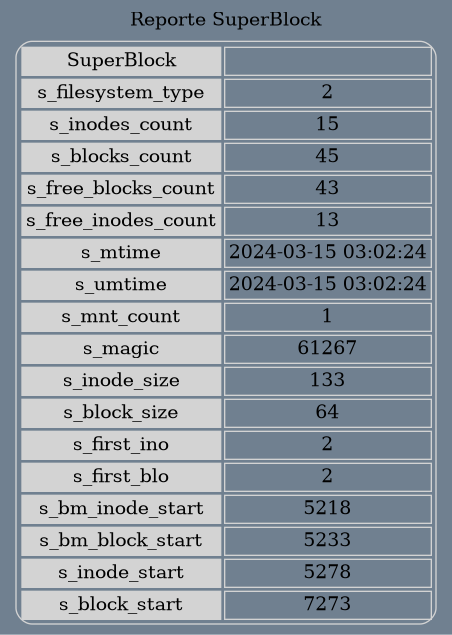
Before: reporteSB.png, a diagram exported from Graphviz (RamiroTelles/MIA_P1_202010044). Its source is kept beside it as reporteSB.dot. Source of this version:
```dot
digraph grid {bgcolor="slategrey" label=" Reporte SuperBlock "layout=dot labelloc = "t"edge [weigth=1000 style=dashed color=red4 dir = "both" arrowtail="open" arrowhead="open"]a0[shape=none, color=lightgrey, label=<
<TABLE cellspacing="3" cellpadding="2" style="rounded" >
<TR><TD bgcolor="lightgrey">SuperBlock</TD><TD></TD></TR>
<TR><TD bgcolor="lightgrey">s_filesystem_type</TD><TD>2</TD></TR>
<TR><TD bgcolor="lightgrey">s_inodes_count</TD><TD>15</TD></TR>
<TR><TD bgcolor="lightgrey">s_blocks_count</TD><TD>45</TD></TR>
<TR><TD bgcolor="lightgrey">s_free_blocks_count</TD><TD>43</TD></TR>
<TR><TD bgcolor="lightgrey">s_free_inodes_count</TD><TD>13</TD></TR>
<TR><TD bgcolor="lightgrey">s_mtime</TD><TD>2024-03-15 03:02:24</TD></TR>
<TR><TD bgcolor="lightgrey">s_umtime</TD><TD>2024-03-15 03:02:24</TD></TR>
<TR><TD bgcolor="lightgrey">s_mnt_count</TD><TD>1</TD></TR>
<TR><TD bgcolor="lightgrey">s_magic</TD><TD>61267</TD></TR>
<TR><TD bgcolor="lightgrey">s_inode_size</TD><TD>133</TD></TR>
<TR><TD bgcolor="lightgrey">s_block_size</TD><TD>64</TD></TR>
<TR><TD bgcolor="lightgrey">s_first_ino</TD><TD>2</TD></TR>
<TR><TD bgcolor="lightgrey">s_first_blo</TD><TD>2</TD></TR>
<TR><TD bgcolor="lightgrey">s_bm_inode_start</TD><TD>5218</TD></TR>
<TR><TD bgcolor="lightgrey">s_bm_block_start</TD><TD>5233</TD></TR>
<TR><TD bgcolor="lightgrey">s_inode_start</TD><TD>5278</TD></TR>
<TR><TD bgcolor="lightgrey">s_block_start</TD><TD>7273</TD></TR>
</TABLE>>];
}
```
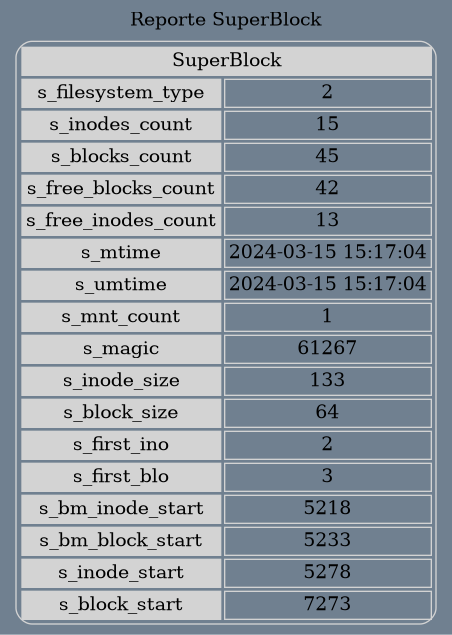
After the change.

The edit, as a diff of the source:
```diff
@@ -1,19 +1,19 @@
 digraph grid {bgcolor="slategrey" label=" Reporte SuperBlock "layout=dot labelloc = "t"edge [weigth=1000 style=dashed color=red4 dir = "both" arrowtail="open" arrowhead="open"]a0[shape=none, color=lightgrey, label=<
 <TABLE cellspacing="3" cellpadding="2" style="rounded" >
-<TR><TD bgcolor="lightgrey">SuperBlock</TD><TD></TD></TR>
+<TR><TD bgcolor="lightgrey" colspan="2">SuperBlock</TD></TR>
 <TR><TD bgcolor="lightgrey">s_filesystem_type</TD><TD>2</TD></TR>
 <TR><TD bgcolor="lightgrey">s_inodes_count</TD><TD>15</TD></TR>
 <TR><TD bgcolor="lightgrey">s_blocks_count</TD><TD>45</TD></TR>
-<TR><TD bgcolor="lightgrey">s_free_blocks_count</TD><TD>43</TD></TR>
+<TR><TD bgcolor="lightgrey">s_free_blocks_count</TD><TD>42</TD></TR>
 <TR><TD bgcolor="lightgrey">s_free_inodes_count</TD><TD>13</TD></TR>
-<TR><TD bgcolor="lightgrey">s_mtime</TD><TD>2024-03-15 03:02:24</TD></TR>
-<TR><TD bgcolor="lightgrey">s_umtime</TD><TD>2024-03-15 03:02:24</TD></TR>
+<TR><TD bgcolor="lightgrey">s_mtime</TD><TD>2024-03-15 15:17:04</TD></TR>
+<TR><TD bgcolor="lightgrey">s_umtime</TD><TD>2024-03-15 15:17:04</TD></TR>
 <TR><TD bgcolor="lightgrey">s_mnt_count</TD><TD>1</TD></TR>
 <TR><TD bgcolor="lightgrey">s_magic</TD><TD>61267</TD></TR>
 <TR><TD bgcolor="lightgrey">s_inode_size</TD><TD>133</TD></TR>
 <TR><TD bgcolor="lightgrey">s_block_size</TD><TD>64</TD></TR>
 <TR><TD bgcolor="lightgrey">s_first_ino</TD><TD>2</TD></TR>
-<TR><TD bgcolor="lightgrey">s_first_blo</TD><TD>2</TD></TR>
+<TR><TD bgcolor="lightgrey">s_first_blo</TD><TD>3</TD></TR>
 <TR><TD bgcolor="lightgrey">s_bm_inode_start</TD><TD>5218</TD></TR>
 <TR><TD bgcolor="lightgrey">s_bm_block_start</TD><TD>5233</TD></TR>
 <TR><TD bgcolor="lightgrey">s_inode_start</TD><TD>5278</TD></TR>
```
